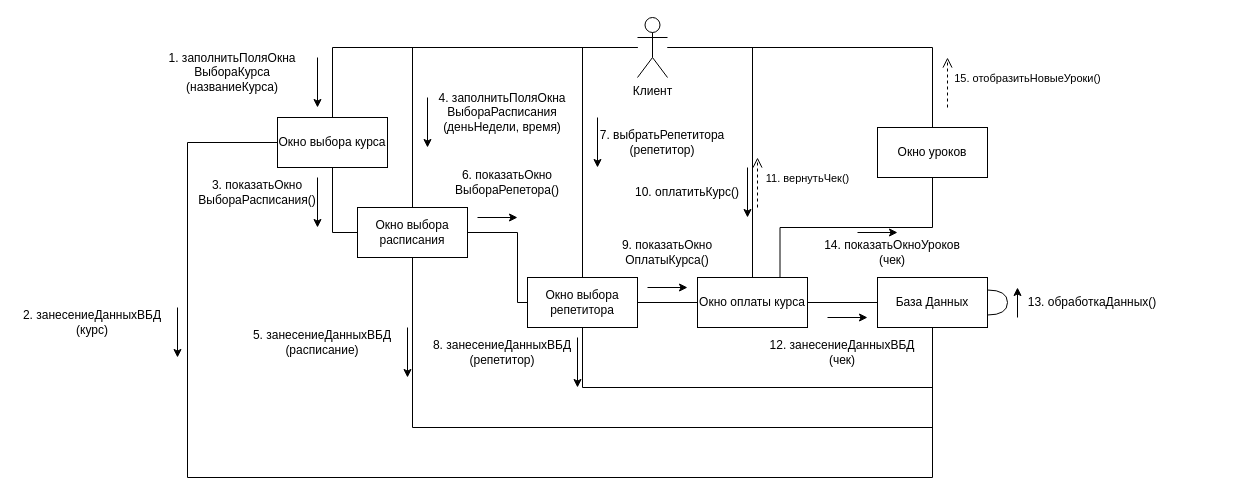
Above: OnlineSchool_Диаграмма_Кооперации.drawio in Deviky/FOREVASIAOD (draw.io), before the change. Source tidied: cells renumbered, new cells numbered last; positions are measured from the earlier drawing's top-left corner, leaving out a move shared by most shapes. Both pictures are drawn from the tidied source at 100%, with x=0, y=0 at pixel (17, 17).
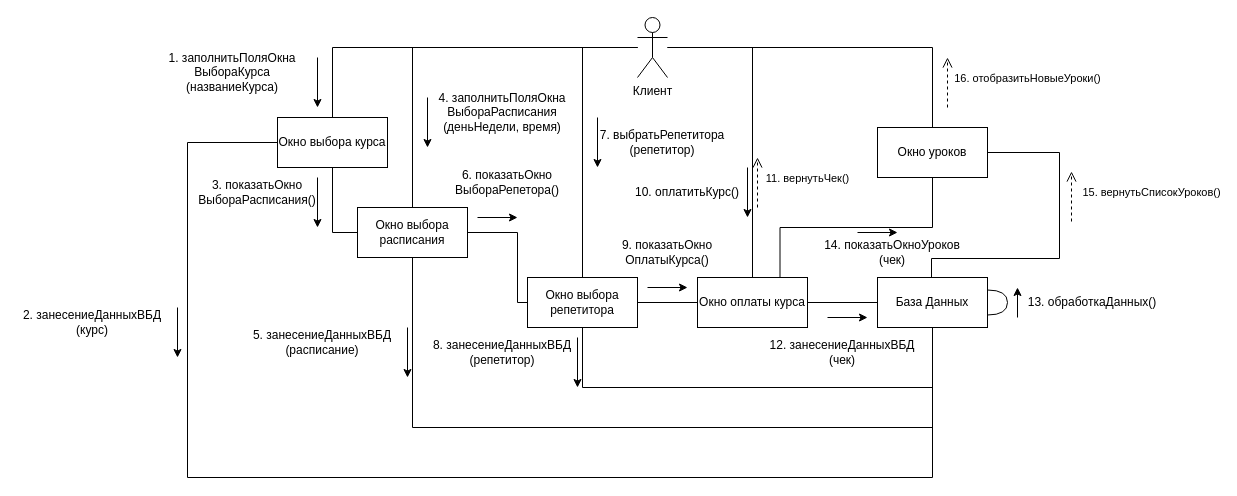
The same diagram, later.

Unchanged cells that the change refers to:
```xml
<mxCell id="3" value="База Данных" style="html=1;whiteSpace=wrap;" parent="1" vertex="1">
  <mxGeometry x="860" y="260" width="110" height="50" as="geometry" />
</mxCell>
<mxCell id="18" value="Окно&amp;nbsp;&lt;span style=&quot;background-color: initial;&quot;&gt;уроков&lt;/span&gt;" style="html=1;whiteSpace=wrap;" parent="1" vertex="1">
  <mxGeometry x="860" y="110" width="110" height="50" as="geometry" />
</mxCell>
```

What changed in the source:
```diff
@@
-    <mxCell id="50" value="15. отобразитьНовыеУроки()" style="html=1;verticalAlign=bottom;endArrow=open;dashed=1;endSize=8;curved=0;rounded=0;" parent="1" edge="1">
+    <mxCell id="50" value="16. отобразитьНовыеУроки()" style="html=1;verticalAlign=bottom;endArrow=open;dashed=1;endSize=8;curved=0;rounded=0;" parent="1" edge="1">
       <mxGeometry x="-0.2" y="-80" relative="1" as="geometry">
         <mxPoint x="930" y="90" as="sourcePoint" />
         <mxPoint x="930" y="40" as="targetPoint" />
       </mxGeometry>
     </mxCell>
+    <mxCell id="51" style="edgeStyle=orthogonalEdgeStyle;rounded=0;jettySize=auto;html=1;entryX=1;entryY=0.5;entryDx=0;entryDy=0;endArrow=none;endFill=0;exitX=0.5;exitY=0;exitDx=0;exitDy=0;" parent="1" edge="1" source="3" target="18">
+      <mxGeometry relative="1" as="geometry">
+        <Array as="points">
+          <mxPoint x="914" y="260" />
+          <mxPoint x="914" y="241" />
+          <mxPoint x="1042" y="241" />
+          <mxPoint x="1042" y="135" />
+        </Array>
+      </mxGeometry>
+    </mxCell>
+    <mxCell id="52" value="15. вернутьСписокУроков()" style="html=1;verticalAlign=bottom;endArrow=open;dashed=1;endSize=8;curved=0;rounded=0;" parent="1" edge="1">
+      <mxGeometry x="-0.2" y="-80" relative="1" as="geometry">
+        <mxPoint x="1054" y="204" as="sourcePoint" />
+        <mxPoint x="1054" y="154" as="targetPoint" />
+      </mxGeometry>
+    </mxCell>
```
